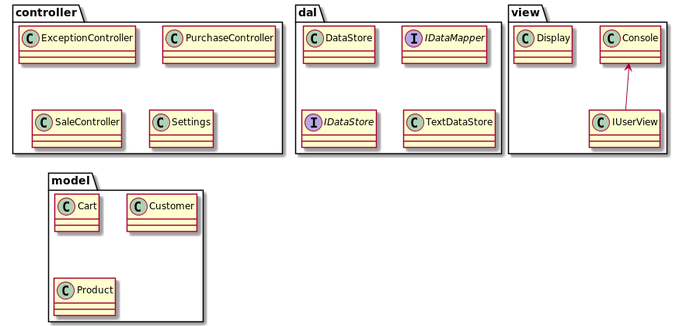
paulmenefee/MVC-Example keeps this PlantUML diagram as app_uml.png. Above is the earlier version. The source it was exported from:
```plantuml
@startuml
package "controller" {
    Class ExceptionController
    Class PurchaseController
    Class SaleController
    Class Settings
}

package "dal" {
    Class DataStore
    Interface IDataMapper
    Interface IDataStore
    Class TextDataStore
}

package "model" {
    Class Cart
    Class Customer
    Class Product
}

package "view" {
    Console <-- IUserView
    Class Display
    Class IUserView
}
@enduml
```
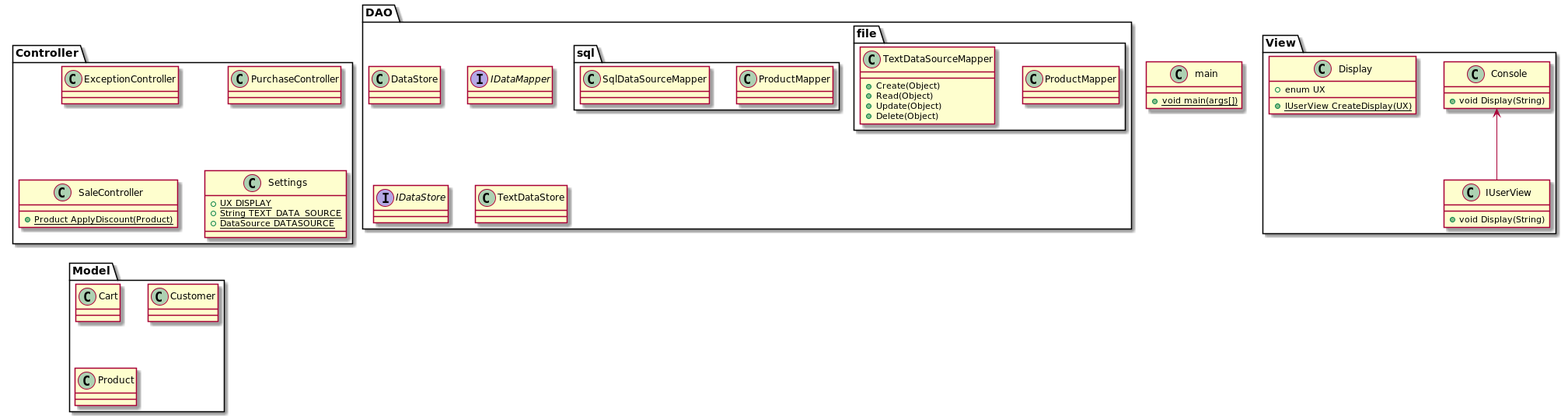
The same file after the commit.

Change to the diagram source:
```diff
@@ -1,27 +1,55 @@
 @startuml
-package "controller" {
-    Class ExceptionController
-    Class PurchaseController
-    Class SaleController
-    Class Settings
+class main {
+    +{static} void main(args[])
+}
+package "Controller" {
+    class ExceptionController
+    class PurchaseController
+    class SaleController{
+        +{static} Product ApplyDiscount(Product)
+    }
+    class Settings{
+        +{static} UX DISPLAY
+        +{static} String TEXT_DATA_SOURCE
+        +{static} DataSource DATASOURCE
+    }
 }
 
-package "dal" {
-    Class DataStore
-    Interface IDataMapper
-    Interface IDataStore
-    Class TextDataStore
+package "DAO" {
+    class DataStore
+    interface IDataMapper
+    interface IDataStore
+    class TextDataStore
+    package file {
+        class file.ProductMapper
+        class TextDataSourceMapper {
+            + Create(Object)
+            + Read(Object)
+            + Update(Object)
+            + Delete(Object)
+        }
+    }
+    package sql {
+        class sql.ProductMapper
+        class SqlDataSourceMapper
+    }
 }
 
-package "model" {
+package "Model" {
     Class Cart
     Class Customer
     Class Product
 }
 
-package "view" {
+package "View" {
     Console <-- IUserView
-    Class Display
-    Class IUserView
+    Console : +void Display(String)
+    class Display {
+        +enum UX
+        +{static} IUserView CreateDisplay(UX)
+    }
+    class IUserView{
+     +void Display(String)
+    }
 }
 @enduml
```
